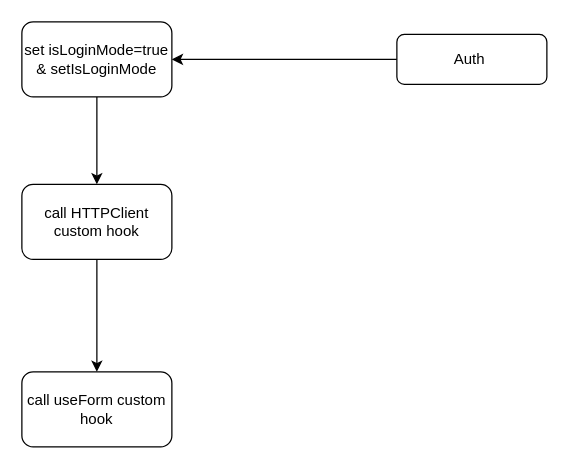
Above: page "form validation - refresh" (7 of 7) of Untitled Diagram.drawio in snair0410/cv (draw.io), before the change. Source tidied: cells renumbered, new cells numbered last; positions are measured from the earlier drawing's top-left corner, leaving out a move shared by most shapes. Both pictures are drawn from the tidied source at 125%, with x=0, y=0 at pixel (21, 21).
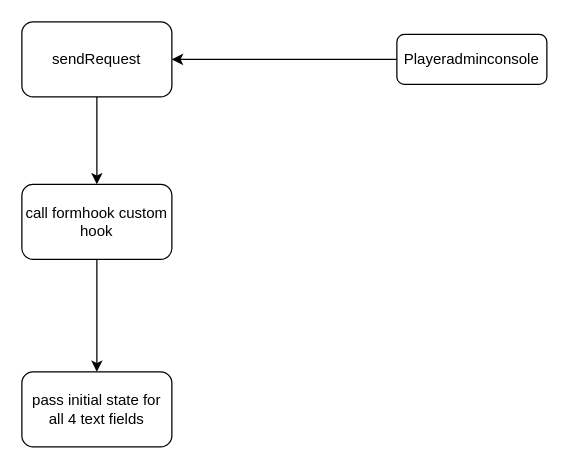
The same page after the edit.

Change to the diagram source:
```diff
@@
 <mxGraphModel>
   <root>
     <mxCell id="0" />
     <mxCell id="1" parent="0" />
     <mxCell id="2" style="edgeStyle=orthogonalEdgeStyle;rounded=0;jettySize=auto;html=1;" parent="1" edge="1" source="3">
       <mxGeometry relative="1" as="geometry">
         <mxPoint x="120" y="30" as="targetPoint" />
       </mxGeometry>
     </mxCell>
-    <mxCell id="3" value="Auth&amp;nbsp;" style="rounded=1;whiteSpace=wrap;html=1;" parent="1" vertex="1">
+    <mxCell id="3" value="Playeradminconsole" style="rounded=1;whiteSpace=wrap;html=1;" parent="1" vertex="1">
       <mxGeometry x="300" y="10" width="120" height="40" as="geometry" />
     </mxCell>
     <mxCell id="4" style="edgeStyle=orthogonalEdgeStyle;rounded=0;jettySize=auto;html=1;" parent="1" edge="1" source="5" target="7">
       <mxGeometry relative="1" as="geometry" />
     </mxCell>
-    <mxCell id="5" value="set isLoginMode=true &amp;amp; setIsLoginMode" style="rounded=1;whiteSpace=wrap;html=1;" parent="1" vertex="1">
+    <mxCell id="5" value="sendRequest" style="rounded=1;whiteSpace=wrap;html=1;" parent="1" vertex="1">
       <mxGeometry width="120" height="60" as="geometry" />
     </mxCell>
     <mxCell id="6" style="edgeStyle=orthogonalEdgeStyle;rounded=0;jettySize=auto;html=1;entryX=0.5;entryY=0;entryDx=0;entryDy=0;" parent="1" edge="1" source="7" target="8">
       <mxGeometry relative="1" as="geometry" />
     </mxCell>
-    <mxCell id="7" value="call HTTPClient custom hook" style="rounded=1;whiteSpace=wrap;html=1;" parent="1" vertex="1">
+    <mxCell id="7" value="call formhook custom hook" style="rounded=1;whiteSpace=wrap;html=1;" parent="1" vertex="1">
       <mxGeometry y="130" width="120" height="60" as="geometry" />
     </mxCell>
-    <mxCell id="8" value="call useForm custom hook" style="rounded=1;whiteSpace=wrap;html=1;" parent="1" vertex="1">
+    <mxCell id="8" value="pass initial state for all 4 text fields" style="rounded=1;whiteSpace=wrap;html=1;" parent="1" vertex="1">
       <mxGeometry y="280" width="120" height="60" as="geometry" />
     </mxCell>
   </root>
 </mxGraphModel>
```
